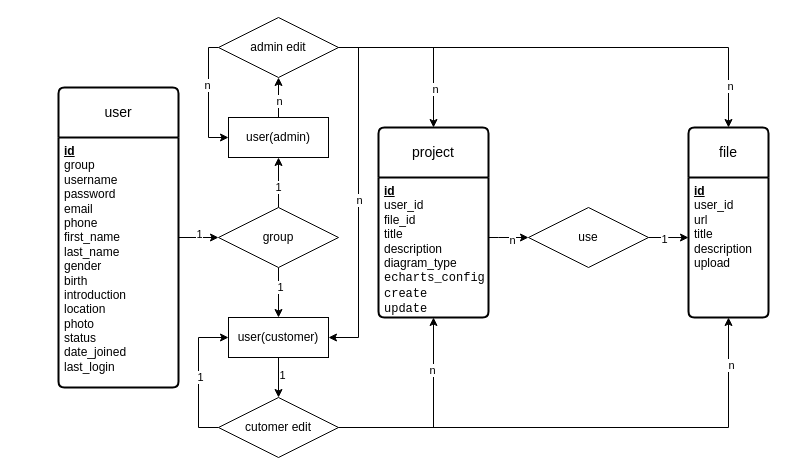
Earlier version of the draw.io diagram document/ERvisualization.drawio (paleontologists/visualization). Source tidied: cells renumbered, new cells numbered last; positions are measured from the earlier drawing's top-left corner, leaving out a move shared by most shapes. Both pictures are drawn from the tidied source at 100%, with x=0, y=0 at pixel (58, 17).
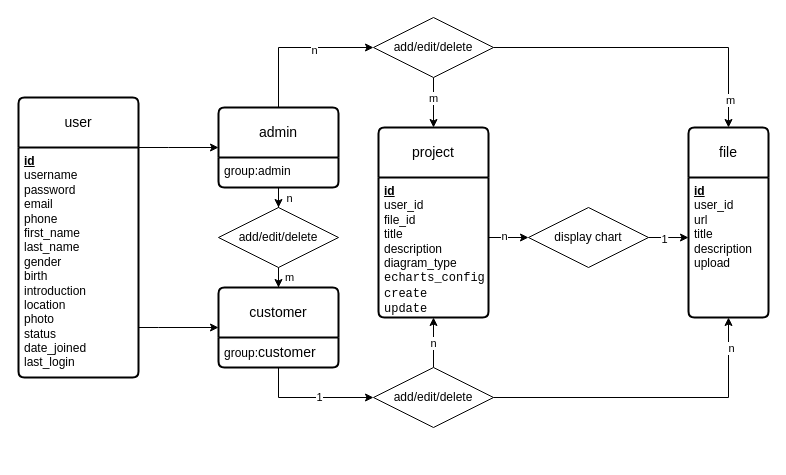
Above is the later version.

The change refers to these unchanged cells:
```xml
<mxCell id="4" value="project" style="swimlane;horizontal=1;startSize=50;rounded=1;fontSize=14;fontStyle=0;strokeWidth=2;shadow=0;dashed=0;align=center;arcSize=4;whiteSpace=wrap;html=1;" parent="1" vertex="1">
  <mxGeometry x="320" y="110" width="110" height="190" as="geometry" />
</mxCell>
<mxCell id="5" value="&lt;span style=&quot;text-wrap-mode: wrap; text-decoration-line: underline; font-weight: 700;&quot;&gt;id&lt;/span&gt;&lt;div&gt;user_id&lt;/div&gt;&lt;div&gt;file_id&lt;/div&gt;&lt;div&gt;title&lt;/div&gt;&lt;div&gt;description&lt;/div&gt;&lt;div&gt;diagram_type&lt;/div&gt;&lt;div&gt;&lt;code&gt;echarts_config&lt;/code&gt;&lt;/div&gt;&lt;div&gt;&lt;code&gt;create&lt;/code&gt;&lt;/div&gt;&lt;div&gt;&lt;code&gt;update&lt;/code&gt;&lt;/div&gt;" style="align=left;strokeColor=none;fillColor=none;spacingLeft=4;fontSize=12;verticalAlign=top;html=1;" parent="4" vertex="1">
  <mxGeometry y="50" width="110" height="140" as="geometry" />
</mxCell>
<mxCell id="24" style="edgeStyle=orthogonalEdgeStyle;rounded=0;jettySize=auto;html=1;entryX=0.5;entryY=0;entryDx=0;entryDy=0;" parent="1" edge="1" source="30" target="6">
  <mxGeometry relative="1" as="geometry" />
</mxCell>
```

What changed in the source:
```diff
@@
     <mxCell id="2" value="user" style="swimlane;horizontal=1;startSize=50;rounded=1;fontSize=14;fontStyle=0;strokeWidth=2;shadow=0;dashed=0;align=center;arcSize=4;whiteSpace=wrap;html=1;" parent="1" vertex="1">
-      <mxGeometry y="70" width="120" height="300" as="geometry" />
+      <mxGeometry x="-40" y="80" width="120" height="280" as="geometry" />
     </mxCell>
-    <mxCell id="3" value="&lt;span style=&quot;font-weight: 700; text-wrap-mode: wrap; text-decoration-line: underline;&quot;&gt;id&lt;/span&gt;&lt;div&gt;&lt;div&gt;&lt;div&gt;&lt;div&gt;&lt;span style=&quot;text-wrap-mode: wrap;&quot;&gt;group&lt;/span&gt;&lt;/div&gt;&lt;/div&gt;&lt;div&gt;&lt;span style=&quot;text-wrap-mode: wrap;&quot;&gt;username&lt;/span&gt;&lt;/div&gt;&lt;div&gt;&lt;span style=&quot;text-wrap-mode: wrap;&quot;&gt;password&lt;/span&gt;&lt;span style=&quot;text-wrap-mode: wrap;&quot;&gt;&lt;/span&gt;&lt;/div&gt;&lt;div&gt;&lt;span style=&quot;text-wrap-mode: wrap;&quot;&gt;email&lt;/span&gt;&lt;span style=&quot;text-wrap-mode: wrap;&quot;&gt;&lt;/span&gt;&lt;/div&gt;&lt;div&gt;&lt;span style=&quot;text-wrap-mode: wrap;&quot;&gt;phone&lt;/span&gt;&lt;span style=&quot;text-wrap-mode: wrap;&quot;&gt;&lt;/span&gt;&lt;/div&gt;&lt;div&gt;&lt;span style=&quot;text-wrap-mode: wrap;&quot;&gt;first_name&lt;/span&gt;&lt;span style=&quot;text-wrap-mode: wrap;&quot;&gt;&lt;/span&gt;&lt;/div&gt;&lt;div&gt;&lt;span style=&quot;text-wrap-mode: wrap;&quot;&gt;last_name&lt;/span&gt;&lt;/div&gt;&lt;div&gt;&lt;span style=&quot;text-wrap-mode: wrap;&quot;&gt;gender&lt;/span&gt;&lt;/div&gt;&lt;div&gt;&lt;span style=&quot;text-wrap-mode: wrap;&quot;&gt;birth&lt;/span&gt;&lt;/div&gt;&lt;div&gt;&lt;span style=&quot;text-wrap-mode: wrap;&quot;&gt;introduction&lt;/span&gt;&lt;/div&gt;&lt;div&gt;&lt;span style=&quot;text-wrap-mode: wrap;&quot;&gt;location&lt;/span&gt;&lt;/div&gt;&lt;div&gt;&lt;span style=&quot;text-wrap-mode: wrap;&quot;&gt;photo&lt;/span&gt;&lt;span style=&quot;text-wrap-mode: wrap;&quot;&gt;&lt;/span&gt;&lt;/div&gt;&lt;div&gt;&lt;span style=&quot;text-wrap-mode: wrap;&quot;&gt;status&lt;/span&gt;&lt;/div&gt;&lt;div&gt;&lt;span style=&quot;background-color: transparent; color: light-dark(rgb(0, 0, 0), rgb(255, 255, 255));&quot;&gt;date_joined&lt;/span&gt;&lt;/div&gt;&lt;div&gt;last_login&amp;nbsp;&lt;/div&gt;&lt;div&gt;&amp;nbsp;&lt;span style=&quot;text-wrap-mode: wrap;&quot;&gt;&lt;/span&gt;&lt;/div&gt;&lt;/div&gt;&lt;/div&gt;" style="align=left;strokeColor=none;fillColor=none;spacingLeft=4;fontSize=12;verticalAlign=top;html=1;" parent="2" vertex="1">
-      <mxGeometry y="50" width="120" height="250" as="geometry" />
+    <mxCell id="3" value="&lt;span style=&quot;font-weight: 700; text-wrap-mode: wrap; text-decoration-line: underline;&quot;&gt;id&lt;/span&gt;&lt;div&gt;&lt;div&gt;&lt;span style=&quot;text-wrap-mode: wrap;&quot;&gt;username&lt;/span&gt;&lt;/div&gt;&lt;div&gt;&lt;span style=&quot;text-wrap-mode: wrap;&quot;&gt;password&lt;/span&gt;&lt;span style=&quot;text-wrap-mode: wrap;&quot;&gt;&lt;/span&gt;&lt;/div&gt;&lt;div&gt;&lt;span style=&quot;text-wrap-mode: wrap;&quot;&gt;email&lt;/span&gt;&lt;span style=&quot;text-wrap-mode: wrap;&quot;&gt;&lt;/span&gt;&lt;/div&gt;&lt;div&gt;&lt;span style=&quot;text-wrap-mode: wrap;&quot;&gt;phone&lt;/span&gt;&lt;span style=&quot;text-wrap-mode: wrap;&quot;&gt;&lt;/span&gt;&lt;/div&gt;&lt;div&gt;&lt;span style=&quot;text-wrap-mode: wrap;&quot;&gt;first_name&lt;/span&gt;&lt;span style=&quot;text-wrap-mode: wrap;&quot;&gt;&lt;/span&gt;&lt;/div&gt;&lt;div&gt;&lt;span style=&quot;text-wrap-mode: wrap;&quot;&gt;last_name&lt;/span&gt;&lt;/div&gt;&lt;div&gt;&lt;span style=&quot;text-wrap-mode: wrap;&quot;&gt;gender&lt;/span&gt;&lt;/div&gt;&lt;div&gt;&lt;span style=&quot;text-wrap-mode: wrap;&quot;&gt;birth&lt;/span&gt;&lt;/div&gt;&lt;div&gt;&lt;span style=&quot;text-wrap-mode: wrap;&quot;&gt;introduction&lt;/span&gt;&lt;/div&gt;&lt;div&gt;&lt;span style=&quot;text-wrap-mode: wrap;&quot;&gt;location&lt;/span&gt;&lt;/div&gt;&lt;div&gt;&lt;span style=&quot;text-wrap-mode: wrap;&quot;&gt;photo&lt;/span&gt;&lt;span style=&quot;text-wrap-mode: wrap;&quot;&gt;&lt;/span&gt;&lt;/div&gt;&lt;div&gt;&lt;span style=&quot;text-wrap-mode: wrap;&quot;&gt;status&lt;/span&gt;&lt;/div&gt;&lt;div&gt;&lt;span style=&quot;background-color: transparent; color: light-dark(rgb(0, 0, 0), rgb(255, 255, 255));&quot;&gt;date_joined&lt;/span&gt;&lt;/div&gt;&lt;div&gt;last_login&amp;nbsp;&lt;/div&gt;&lt;div&gt;&amp;nbsp;&lt;span style=&quot;text-wrap-mode: wrap;&quot;&gt;&lt;/span&gt;&lt;/div&gt;&lt;/div&gt;" style="align=left;strokeColor=none;fillColor=none;spacingLeft=4;fontSize=12;verticalAlign=top;html=1;" parent="2" vertex="1">
+      <mxGeometry y="50" width="120" height="230" as="geometry" />
     </mxCell>
@@
-    <mxCell id="8" value="use" style="shape=rhombus;perimeter=rhombusPerimeter;whiteSpace=wrap;html=1;align=center;" parent="1" vertex="1">
+    <mxCell id="8" value="display chart" style="shape=rhombus;perimeter=rhombusPerimeter;whiteSpace=wrap;html=1;align=center;" parent="1" vertex="1">
       <mxGeometry x="470" y="190" width="120" height="60" as="geometry" />
     </mxCell>
-    <mxCell id="9" style="edgeStyle=orthogonalEdgeStyle;rounded=0;jettySize=auto;html=1;entryX=0.5;entryY=1;entryDx=0;entryDy=0;" parent="1" edge="1" source="15" target="5">
-      <mxGeometry relative="1" as="geometry" />
-    </mxCell>
-    <mxCell id="10" value="n" style="edgeLabel;html=1;align=center;verticalAlign=middle;" parent="9" vertex="1">
-      <mxGeometry x="0.49" y="2" relative="1" as="geometry" />
-    </mxCell>
@@
-    <mxCell id="13" style="edgeStyle=orthogonalEdgeStyle;rounded=0;jettySize=auto;html=1;entryX=0;entryY=0.5;entryDx=0;entryDy=0;" parent="1" edge="1" source="15" target="21">
-      <mxGeometry relative="1" as="geometry">
-        <Array as="points">
-          <mxPoint x="140" y="410" />
-          <mxPoint x="140" y="320" />
-        </Array>
-      </mxGeometry>
-    </mxCell>
-    <mxCell id="14" value="1" style="edgeLabel;html=1;align=center;verticalAlign=middle;" parent="13" vertex="1">
-      <mxGeometry x="0.02" y="-1" relative="1" as="geometry" />
-    </mxCell>
+    <mxCell id="9" style="edgeStyle=orthogonalEdgeStyle;rounded=0;jettySize=auto;html=1;entryX=0.5;entryY=1;entryDx=0;entryDy=0;" parent="1" edge="1" source="15" target="5">
+      <mxGeometry relative="1" as="geometry" />
+    </mxCell>
+    <mxCell id="42" value="n" style="edgeLabel;html=1;align=center;verticalAlign=middle;" parent="9" vertex="1">
+      <mxGeometry y="1" relative="1" as="geometry" />
+    </mxCell>
-    <mxCell id="15" value="cutomer edit" style="shape=rhombus;perimeter=rhombusPerimeter;whiteSpace=wrap;html=1;align=center;" parent="1" vertex="1">
-      <mxGeometry x="160" y="380" width="120" height="60" as="geometry" />
+    <mxCell id="15" value="add/edit/delete" style="shape=rhombus;perimeter=rhombusPerimeter;whiteSpace=wrap;html=1;align=center;" parent="1" vertex="1">
+      <mxGeometry x="315" y="350" width="120" height="60" as="geometry" />
     </mxCell>
-    <mxCell id="16" style="edgeStyle=orthogonalEdgeStyle;rounded=0;jettySize=auto;html=1;entryX=0.5;entryY=1;entryDx=0;entryDy=0;" parent="1" edge="1" source="18" target="30">
-      <mxGeometry relative="1" as="geometry" />
-    </mxCell>
-    <mxCell id="17" value="n" style="edgeLabel;html=1;align=center;verticalAlign=middle;" parent="16" vertex="1">
-      <mxGeometry x="-0.17" relative="1" as="geometry" />
-    </mxCell>
-    <mxCell id="18" value="user(admin)" style="whiteSpace=wrap;html=1;align=center;" parent="1" vertex="1">
-      <mxGeometry x="170" y="100" width="100" height="40" as="geometry" />
-    </mxCell>
-    <mxCell id="19" style="edgeStyle=orthogonalEdgeStyle;rounded=0;jettySize=auto;html=1;entryX=0.5;entryY=0;entryDx=0;entryDy=0;" parent="1" edge="1" source="21" target="15">
-      <mxGeometry relative="1" as="geometry" />
-    </mxCell>
-    <mxCell id="20" value="1" style="edgeLabel;html=1;align=center;verticalAlign=middle;" parent="19" vertex="1">
-      <mxGeometry x="-0.17" y="3" relative="1" as="geometry" />
-    </mxCell>
-    <mxCell id="21" value="user(customer)" style="whiteSpace=wrap;html=1;align=center;" parent="1" vertex="1">
-      <mxGeometry x="170" y="300" width="100" height="40" as="geometry" />
-    </mxCell>
-    <mxCell id="22" style="edgeStyle=orthogonalEdgeStyle;rounded=0;jettySize=auto;html=1;entryX=0.5;entryY=0;entryDx=0;entryDy=0;" parent="1" edge="1" source="30" target="4">
-      <mxGeometry relative="1" as="geometry" />
-    </mxCell>
-    <mxCell id="23" value="n" style="edgeLabel;html=1;align=center;verticalAlign=middle;" parent="22" vertex="1">
-      <mxGeometry x="0.55" y="1" relative="1" as="geometry" />
-    </mxCell>
@@
-    <mxCell id="25" value="n" style="edgeLabel;html=1;align=center;verticalAlign=middle;" parent="24" vertex="1">
+    <mxCell id="25" value="m" style="edgeLabel;html=1;align=center;verticalAlign=middle;" parent="24" vertex="1">
       <mxGeometry x="0.82" y="1" relative="1" as="geometry" />
     </mxCell>
-    <mxCell id="26" style="edgeStyle=orthogonalEdgeStyle;rounded=0;jettySize=auto;html=1;entryX=0;entryY=0.5;entryDx=0;entryDy=0;" parent="1" edge="1" source="30" target="18">
-      <mxGeometry relative="1" as="geometry">
-        <Array as="points">
-          <mxPoint x="150" y="30" />
-          <mxPoint x="150" y="120" />
-        </Array>
-      </mxGeometry>
-    </mxCell>
-    <mxCell id="27" value="n" style="edgeLabel;html=1;align=center;verticalAlign=middle;" parent="26" vertex="1">
-      <mxGeometry x="-0.22" y="-2" relative="1" as="geometry" />
-    </mxCell>
-    <mxCell id="28" style="edgeStyle=orthogonalEdgeStyle;rounded=0;jettySize=auto;html=1;entryX=1;entryY=0.5;entryDx=0;entryDy=0;" parent="1" edge="1" source="30" target="21">
-      <mxGeometry relative="1" as="geometry">
-        <Array as="points">
-          <mxPoint x="300" y="30" />
-          <mxPoint x="300" y="320" />
-        </Array>
-      </mxGeometry>
-    </mxCell>
-    <mxCell id="29" value="n" style="edgeLabel;html=1;align=center;verticalAlign=middle;" parent="28" vertex="1">
-      <mxGeometry x="0.01" relative="1" as="geometry" />
-    </mxCell>
+    <mxCell id="22" style="edgeStyle=orthogonalEdgeStyle;rounded=0;jettySize=auto;html=1;entryX=0.5;entryY=0;entryDx=0;entryDy=0;" parent="1" edge="1" source="30" target="4">
+      <mxGeometry relative="1" as="geometry" />
+    </mxCell>
+    <mxCell id="43" value="m" style="edgeLabel;html=1;align=center;verticalAlign=middle;" parent="22" vertex="1">
+      <mxGeometry x="-0.2" y="-1" relative="1" as="geometry" />
+    </mxCell>
-    <mxCell id="30" value="admin edit" style="shape=rhombus;perimeter=rhombusPerimeter;whiteSpace=wrap;html=1;align=center;" parent="1" vertex="1">
-      <mxGeometry x="160" width="120" height="60" as="geometry" />
+    <mxCell id="30" value="add/edit/delete" style="shape=rhombus;perimeter=rhombusPerimeter;whiteSpace=wrap;html=1;align=center;" parent="1" vertex="1">
+      <mxGeometry x="315" width="120" height="60" as="geometry" />
     </mxCell>
-    <mxCell id="31" style="edgeStyle=orthogonalEdgeStyle;rounded=0;jettySize=auto;html=1;entryX=0.5;entryY=1;entryDx=0;entryDy=0;" parent="1" edge="1" source="35" target="18">
-      <mxGeometry relative="1" as="geometry" />
-    </mxCell>
-    <mxCell id="32" value="1" style="edgeLabel;html=1;align=center;verticalAlign=middle;" parent="31" vertex="1">
-      <mxGeometry x="-0.16" y="1" relative="1" as="geometry" />
-    </mxCell>
-    <mxCell id="33" style="edgeStyle=orthogonalEdgeStyle;rounded=0;jettySize=auto;html=1;entryX=0.5;entryY=0;entryDx=0;entryDy=0;" parent="1" edge="1" source="35" target="21">
-      <mxGeometry relative="1" as="geometry" />
-    </mxCell>
-    <mxCell id="34" value="1" style="edgeLabel;html=1;align=center;verticalAlign=middle;" parent="33" vertex="1">
-      <mxGeometry x="-0.24" y="1" relative="1" as="geometry" />
-    </mxCell>
-    <mxCell id="35" value="group" style="shape=rhombus;perimeter=rhombusPerimeter;whiteSpace=wrap;html=1;align=center;" parent="1" vertex="1">
-      <mxGeometry x="160" y="190" width="120" height="60" as="geometry" />
-    </mxCell>
-    <mxCell id="36" style="edgeStyle=orthogonalEdgeStyle;rounded=0;jettySize=auto;html=1;entryX=0;entryY=0.5;entryDx=0;entryDy=0;" parent="1" edge="1" source="3" target="35">
-      <mxGeometry relative="1" as="geometry">
-        <Array as="points">
-          <mxPoint x="120" y="220" />
-          <mxPoint x="120" y="220" />
-        </Array>
-      </mxGeometry>
-    </mxCell>
-    <mxCell id="37" value="1" style="edgeLabel;html=1;align=center;verticalAlign=middle;" parent="36" vertex="1">
-      <mxGeometry y="4" relative="1" as="geometry" />
-    </mxCell>
     <mxCell id="38" style="edgeStyle=orthogonalEdgeStyle;rounded=0;jettySize=auto;html=1;entryX=0;entryY=0.5;entryDx=0;entryDy=0;" parent="1" edge="1" source="5" target="8">
       <mxGeometry relative="1" as="geometry">
         <Array as="points">
-          <mxPoint x="440" y="220" />
-          <mxPoint x="440" y="220" />
+          <mxPoint x="360" y="220" />
+          <mxPoint x="360" y="220" />
         </Array>
       </mxGeometry>
     </mxCell>
-    <mxCell id="39" value="n" style="edgeLabel;html=1;align=center;verticalAlign=middle;" parent="38" vertex="1">
-      <mxGeometry x="0.13" y="-2" relative="1" as="geometry" />
-    </mxCell>
+    <mxCell id="44" value="n" style="edgeLabel;html=1;align=center;verticalAlign=middle;" parent="38" vertex="1">
+      <mxGeometry x="-0.26" y="2" relative="1" as="geometry" />
+    </mxCell>
@@
+    <mxCell id="45" style="edgeStyle=orthogonalEdgeStyle;rounded=0;jettySize=auto;html=1;entryX=0;entryY=0.5;entryDx=0;entryDy=0;" parent="1" edge="1" source="47" target="30">
+      <mxGeometry relative="1" as="geometry">
+        <Array as="points">
+          <mxPoint x="220" y="30" />
+        </Array>
+      </mxGeometry>
+    </mxCell>
+    <mxCell id="46" value="n" style="edgeLabel;html=1;align=center;verticalAlign=middle;" parent="45" vertex="1">
+      <mxGeometry x="0.23" y="-2" relative="1" as="geometry" />
+    </mxCell>
+    <mxCell id="47" value="admin" style="swimlane;horizontal=1;startSize=50;rounded=1;fontSize=14;fontStyle=0;strokeWidth=2;shadow=0;dashed=0;align=center;arcSize=4;whiteSpace=wrap;html=1;" parent="1" vertex="1">
+      <mxGeometry x="160" y="90" width="120" height="80" as="geometry" />
+    </mxCell>
+    <mxCell id="48" value="&lt;span style=&quot;text-wrap-mode: wrap;&quot;&gt;group:admin&lt;/span&gt;" style="align=left;strokeColor=none;fillColor=none;spacingLeft=4;fontSize=12;verticalAlign=top;html=1;" parent="47" vertex="1">
+      <mxGeometry y="50" width="120" height="30" as="geometry" />
+    </mxCell>
+    <mxCell id="49" value="customer" style="swimlane;horizontal=1;startSize=50;rounded=1;fontSize=14;fontStyle=0;strokeWidth=2;shadow=0;dashed=0;align=center;arcSize=4;whiteSpace=wrap;html=1;" parent="1" vertex="1">
+      <mxGeometry x="160" y="270" width="120" height="80" as="geometry" />
+    </mxCell>
+    <mxCell id="50" value="&lt;span style=&quot;text-wrap-mode: wrap;&quot;&gt;group:&lt;/span&gt;&lt;span style=&quot;font-size: 14px; text-align: center; text-wrap-mode: wrap;&quot;&gt;customer&lt;/span&gt;" style="align=left;strokeColor=none;fillColor=none;spacingLeft=4;fontSize=12;verticalAlign=top;html=1;" parent="49" vertex="1">
+      <mxGeometry y="50" width="120" height="30" as="geometry" />
+    </mxCell>
+    <mxCell id="51" style="edgeStyle=orthogonalEdgeStyle;rounded=0;jettySize=auto;html=1;entryX=0;entryY=0.5;entryDx=0;entryDy=0;" parent="1" edge="1" source="3" target="47">
+      <mxGeometry relative="1" as="geometry">
+        <Array as="points">
+          <mxPoint x="110" y="130" />
+          <mxPoint x="110" y="130" />
+        </Array>
+      </mxGeometry>
+    </mxCell>
+    <mxCell id="52" style="edgeStyle=orthogonalEdgeStyle;rounded=0;jettySize=auto;html=1;entryX=0;entryY=0.5;entryDx=0;entryDy=0;" parent="1" edge="1" source="3" target="49">
+      <mxGeometry relative="1" as="geometry">
+        <Array as="points">
+          <mxPoint x="100" y="310" />
+          <mxPoint x="100" y="310" />
+        </Array>
+      </mxGeometry>
+    </mxCell>
+    <mxCell id="53" style="edgeStyle=orthogonalEdgeStyle;rounded=0;jettySize=auto;html=1;" parent="1" edge="1" source="55" target="49">
+      <mxGeometry relative="1" as="geometry" />
+    </mxCell>
+    <mxCell id="54" value="m" style="edgeLabel;html=1;align=center;verticalAlign=middle;" parent="53" vertex="1">
+      <mxGeometry x="0.63" y="2" relative="1" as="geometry">
+        <mxPoint x="8" as="offset" />
+      </mxGeometry>
+    </mxCell>
+    <mxCell id="55" value="add/edit/delete" style="shape=rhombus;perimeter=rhombusPerimeter;whiteSpace=wrap;html=1;align=center;" parent="1" vertex="1">
+      <mxGeometry x="160" y="190" width="120" height="60" as="geometry" />
+    </mxCell>
+    <mxCell id="56" style="edgeStyle=orthogonalEdgeStyle;rounded=0;jettySize=auto;html=1;" parent="1" edge="1" source="48" target="55">
+      <mxGeometry relative="1" as="geometry" />
+    </mxCell>
+    <mxCell id="57" value="n" style="edgeLabel;html=1;align=center;verticalAlign=middle;" parent="56" vertex="1">
+      <mxGeometry x="0.5" relative="1" as="geometry">
+        <mxPoint x="10" y="5" as="offset" />
+      </mxGeometry>
+    </mxCell>
+    <mxCell id="58" style="edgeStyle=orthogonalEdgeStyle;rounded=0;jettySize=auto;html=1;entryX=0;entryY=0.5;entryDx=0;entryDy=0;" parent="1" edge="1" source="50" target="15">
+      <mxGeometry relative="1" as="geometry">
+        <Array as="points">
+          <mxPoint x="220" y="380" />
+        </Array>
+      </mxGeometry>
+    </mxCell>
+    <mxCell id="59" value="1" style="edgeLabel;html=1;align=center;verticalAlign=middle;" parent="58" vertex="1">
+      <mxGeometry x="0.12" y="1" relative="1" as="geometry" />
+    </mxCell>
```
